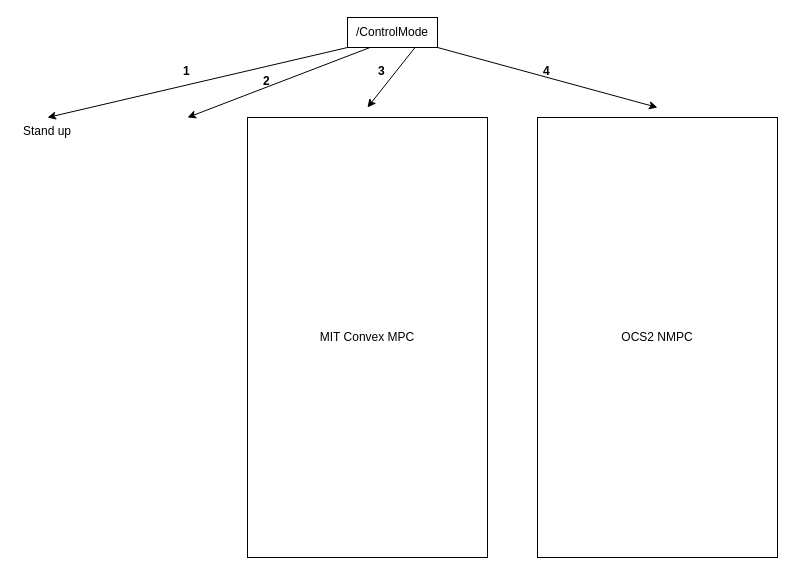
The draw.io diagram page "A1" (1 of 5) of legged_software_low_level.drawio in max-assel/legged_software_diagram, before the edit. Source tidied: cells renumbered, new cells numbered last; positions are measured from the earlier drawing's top-left corner, leaving out a move shared by most shapes. Both pictures are drawn from the tidied source at 100%, with x=0, y=0 at pixel (17, 17).
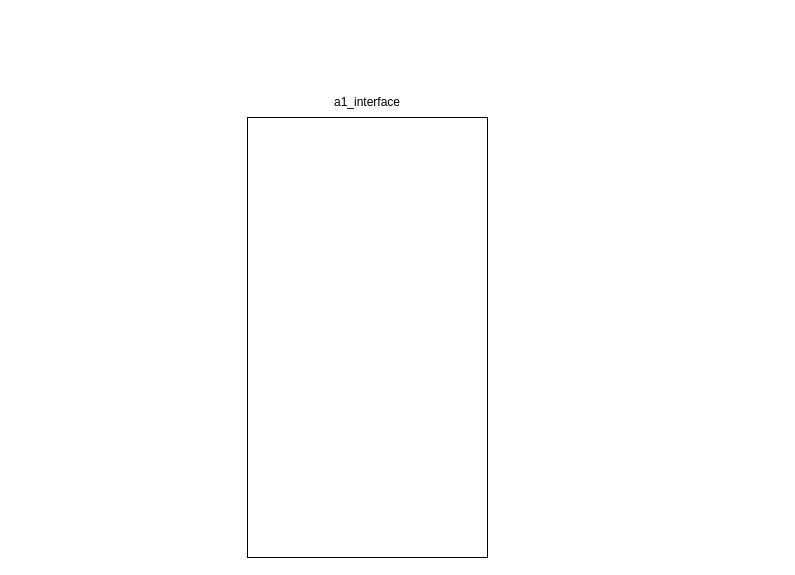
The same page after the edit.

The edit, as a diff of the source:
```diff
@@
 <mxGraphModel>
   <root>
     <mxCell id="0" />
     <mxCell id="1" parent="0" />
-    <mxCell id="2" value="/ControlMode" style="rounded=0;whiteSpace=wrap;html=1;" parent="1" vertex="1">
-      <mxGeometry x="330" width="90" height="30" as="geometry" />
-    </mxCell>
-    <mxCell id="3" style="endArrow=classic;html=1;rounded=0;exitX=0;exitY=1;exitDx=0;exitDy=0;" parent="1" edge="1" source="2">
-      <mxGeometry relative="1" as="geometry">
-        <mxPoint x="30" y="100" as="targetPoint" />
-      </mxGeometry>
-    </mxCell>
-    <mxCell id="4" style="endArrow=classic;html=1;rounded=0;exitX=0.25;exitY=1;exitDx=0;exitDy=0;" parent="1" edge="1" source="2">
-      <mxGeometry relative="1" as="geometry">
-        <mxPoint x="170" y="100" as="targetPoint" />
-      </mxGeometry>
-    </mxCell>
-    <mxCell id="5" style="endArrow=classic;html=1;rounded=0;exitX=0.75;exitY=1;exitDx=0;exitDy=0;" parent="1" edge="1" source="2">
-      <mxGeometry relative="1" as="geometry">
-        <mxPoint x="350" y="90" as="targetPoint" />
-      </mxGeometry>
-    </mxCell>
-    <mxCell id="6" style="endArrow=classic;html=1;rounded=0;exitX=1;exitY=1;exitDx=0;exitDy=0;" parent="1" edge="1" source="2">
-      <mxGeometry relative="1" as="geometry">
-        <mxPoint x="640" y="90" as="targetPoint" />
-      </mxGeometry>
-    </mxCell>
-    <mxCell id="7" value="&lt;b&gt;1&lt;/b&gt;" style="text;strokeColor=none;fillColor=none;spacingLeft=4;spacingRight=4;overflow=hidden;fontSize=12;whiteSpace=wrap;html=1;" parent="1" vertex="1">
-      <mxGeometry x="160" y="40" width="20" height="30" as="geometry" />
-    </mxCell>
-    <mxCell id="8" value="&lt;b&gt;2&lt;/b&gt;" style="text;strokeColor=none;fillColor=none;spacingLeft=4;spacingRight=4;overflow=hidden;fontSize=12;whiteSpace=wrap;html=1;" parent="1" vertex="1">
-      <mxGeometry x="240" y="50" width="20" height="30" as="geometry" />
-    </mxCell>
-    <mxCell id="9" value="&lt;b&gt;3&lt;/b&gt;" style="text;strokeColor=none;fillColor=none;spacingLeft=4;spacingRight=4;overflow=hidden;fontSize=12;whiteSpace=wrap;html=1;" parent="1" vertex="1">
-      <mxGeometry x="355" y="40" width="20" height="30" as="geometry" />
-    </mxCell>
-    <mxCell id="10" value="&lt;b&gt;4&lt;/b&gt;" style="text;strokeColor=none;fillColor=none;spacingLeft=4;spacingRight=4;overflow=hidden;fontSize=12;whiteSpace=wrap;html=1;" parent="1" vertex="1">
-      <mxGeometry x="520" y="40" width="20" height="30" as="geometry" />
-    </mxCell>
-    <mxCell id="11" value="MIT Convex MPC" style="rounded=0;whiteSpace=wrap;html=1;" parent="1" vertex="1">
+    <mxCell id="11" style="rounded=0;whiteSpace=wrap;html=1;" parent="1" vertex="1">
       <mxGeometry x="230" y="100" width="240" height="440" as="geometry" />
     </mxCell>
-    <mxCell id="12" value="Stand up" style="text;strokeColor=none;fillColor=none;spacingLeft=4;spacingRight=4;overflow=hidden;fontSize=12;whiteSpace=wrap;html=1;" parent="1" vertex="1">
-      <mxGeometry y="100" width="60" height="30" as="geometry" />
-    </mxCell>
-    <mxCell id="13" value="OCS2 NMPC" style="rounded=0;whiteSpace=wrap;html=1;" parent="1" vertex="1">
-      <mxGeometry x="520" y="100" width="240" height="440" as="geometry" />
-    </mxCell>
+    <mxCell id="14" value="a1_interface" style="text;html=1;align=center;verticalAlign=middle;whiteSpace=wrap;rounded=0;" parent="1" vertex="1">
+      <mxGeometry x="320" y="70" width="60" height="30" as="geometry" />
+    </mxCell>
   </root>
 </mxGraphModel>
```
